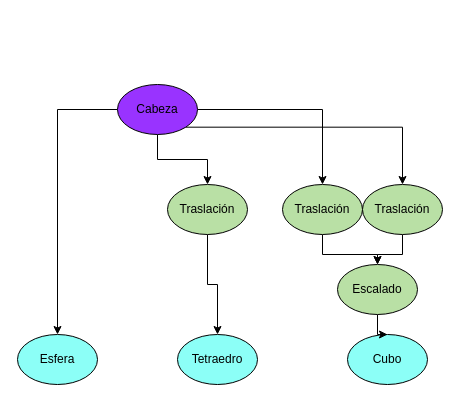
Before: docs/Cabeza.drawio in Cristinasj/IG, a draw.io diagram. Source tidied: cells renumbered, new cells numbered last; positions are measured from the earlier drawing's top-left corner, leaving out a move shared by most shapes. Both pictures are drawn from the tidied source at 100%, with x=0, y=0 at pixel (17, 84).
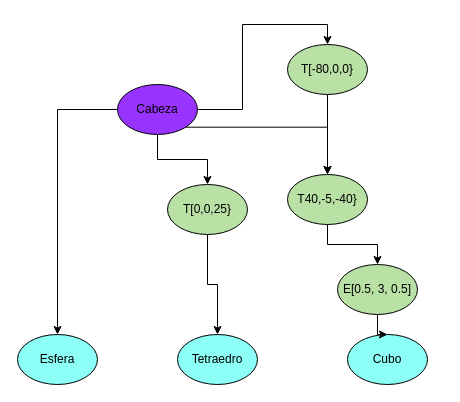
The same page after the edit.

Commit message:
Números puestos

What changed in the source:
```diff
@@
 <mxGraphModel>
   <root>
     <mxCell id="0" />
     <mxCell id="1" parent="0" />
     <mxCell id="2" style="edgeStyle=orthogonalEdgeStyle;rounded=0;jettySize=auto;html=1;exitX=0.5;exitY=1;exitDx=0;exitDy=0;" parent="1" edge="1" source="6" target="15">
       <mxGeometry relative="1" as="geometry" />
     </mxCell>
     <mxCell id="3" style="edgeStyle=orthogonalEdgeStyle;rounded=0;jettySize=auto;html=1;exitX=1;exitY=0.5;exitDx=0;exitDy=0;entryX=0.5;entryY=0;entryDx=0;entryDy=0;" parent="1" edge="1" source="6" target="13">
       <mxGeometry relative="1" as="geometry" />
     </mxCell>
     <mxCell id="4" style="edgeStyle=orthogonalEdgeStyle;rounded=0;jettySize=auto;html=1;exitX=1;exitY=1;exitDx=0;exitDy=0;entryX=0.5;entryY=0;entryDx=0;entryDy=0;" parent="1" edge="1" source="6" target="11">
       <mxGeometry relative="1" as="geometry" />
     </mxCell>
     <mxCell id="5" style="edgeStyle=orthogonalEdgeStyle;rounded=0;jettySize=auto;html=1;exitX=0;exitY=0.5;exitDx=0;exitDy=0;" parent="1" edge="1" source="6" target="7">
       <mxGeometry relative="1" as="geometry" />
     </mxCell>
     <mxCell id="6" value="Cabeza" style="ellipse;whiteSpace=wrap;html=1;fillColor=#9933FF;" parent="1" vertex="1">
       <mxGeometry x="100" width="80" height="50" as="geometry" />
     </mxCell>
     <mxCell id="7" value="Esfera" style="ellipse;whiteSpace=wrap;html=1;fillColor=#8CFFF7;" parent="1" vertex="1">
       <mxGeometry y="250" width="80" height="50" as="geometry" />
     </mxCell>
     <mxCell id="8" value="Tetraedro" style="ellipse;whiteSpace=wrap;html=1;fillColor=#8CFFF7;" parent="1" vertex="1">
       <mxGeometry x="160" y="250" width="80" height="50" as="geometry" />
     </mxCell>
     <mxCell id="9" value="Cubo" style="ellipse;whiteSpace=wrap;html=1;fillColor=#8CFFF7;" parent="1" vertex="1">
       <mxGeometry x="330" y="250" width="80" height="50" as="geometry" />
     </mxCell>
     <mxCell id="10" style="edgeStyle=orthogonalEdgeStyle;rounded=0;jettySize=auto;html=1;exitX=0.5;exitY=1;exitDx=0;exitDy=0;" parent="1" edge="1" source="11" target="17">
       <mxGeometry relative="1" as="geometry" />
     </mxCell>
-    <mxCell id="11" value="Traslación" style="ellipse;whiteSpace=wrap;html=1;fillColor=#B9E0A5;" parent="1" vertex="1">
-      <mxGeometry x="345" y="100" width="80" height="50" as="geometry" />
+    <mxCell id="11" value="T40,-5,-40}" style="ellipse;whiteSpace=wrap;html=1;fillColor=#B9E0A5;" parent="1" vertex="1">
+      <mxGeometry x="270" y="90" width="80" height="50" as="geometry" />
     </mxCell>
-    <mxCell id="12" style="edgeStyle=orthogonalEdgeStyle;rounded=0;jettySize=auto;html=1;" parent="1" edge="1" source="13" target="17">
-      <mxGeometry relative="1" as="geometry" />
-    </mxCell>
+    <mxCell id="18" style="edgeStyle=orthogonalEdgeStyle;rounded=0;jettySize=auto;html=1;exitX=0.5;exitY=1;exitDx=0;exitDy=0;" parent="1" edge="1" source="13" target="11">
+      <mxGeometry relative="1" as="geometry" />
+    </mxCell>
-    <mxCell id="13" value="Traslación" style="ellipse;whiteSpace=wrap;html=1;fillColor=#B9E0A5;" parent="1" vertex="1">
-      <mxGeometry x="265" y="100" width="80" height="50" as="geometry" />
+    <mxCell id="13" value="T[-80,0,0}" style="ellipse;whiteSpace=wrap;html=1;fillColor=#B9E0A5;" parent="1" vertex="1">
+      <mxGeometry x="270" y="-40" width="80" height="50" as="geometry" />
     </mxCell>
     <mxCell id="14" style="edgeStyle=orthogonalEdgeStyle;rounded=0;jettySize=auto;html=1;exitX=0.5;exitY=1;exitDx=0;exitDy=0;" parent="1" edge="1" source="15" target="8">
       <mxGeometry relative="1" as="geometry" />
     </mxCell>
-    <mxCell id="15" value="Traslación" style="ellipse;whiteSpace=wrap;html=1;fillColor=#B9E0A5;" parent="1" vertex="1">
+    <mxCell id="15" value="T[0,0,25}" style="ellipse;whiteSpace=wrap;html=1;fillColor=#B9E0A5;" parent="1" vertex="1">
       <mxGeometry x="150" y="100" width="80" height="50" as="geometry" />
     </mxCell>
     <mxCell id="16" style="edgeStyle=orthogonalEdgeStyle;rounded=0;jettySize=auto;html=1;exitX=0.5;exitY=1;exitDx=0;exitDy=0;" parent="1" edge="1" source="17" target="9">
       <mxGeometry relative="1" as="geometry" />
     </mxCell>
-    <mxCell id="17" value="Escalado" style="ellipse;whiteSpace=wrap;html=1;fillColor=#B9E0A5;" parent="1" vertex="1">
+    <mxCell id="17" value="E[0.5, 3, 0.5]" style="ellipse;whiteSpace=wrap;html=1;fillColor=#B9E0A5;" parent="1" vertex="1">
       <mxGeometry x="320" y="180" width="80" height="50" as="geometry" />
     </mxCell>
   </root>
 </mxGraphModel>
```
